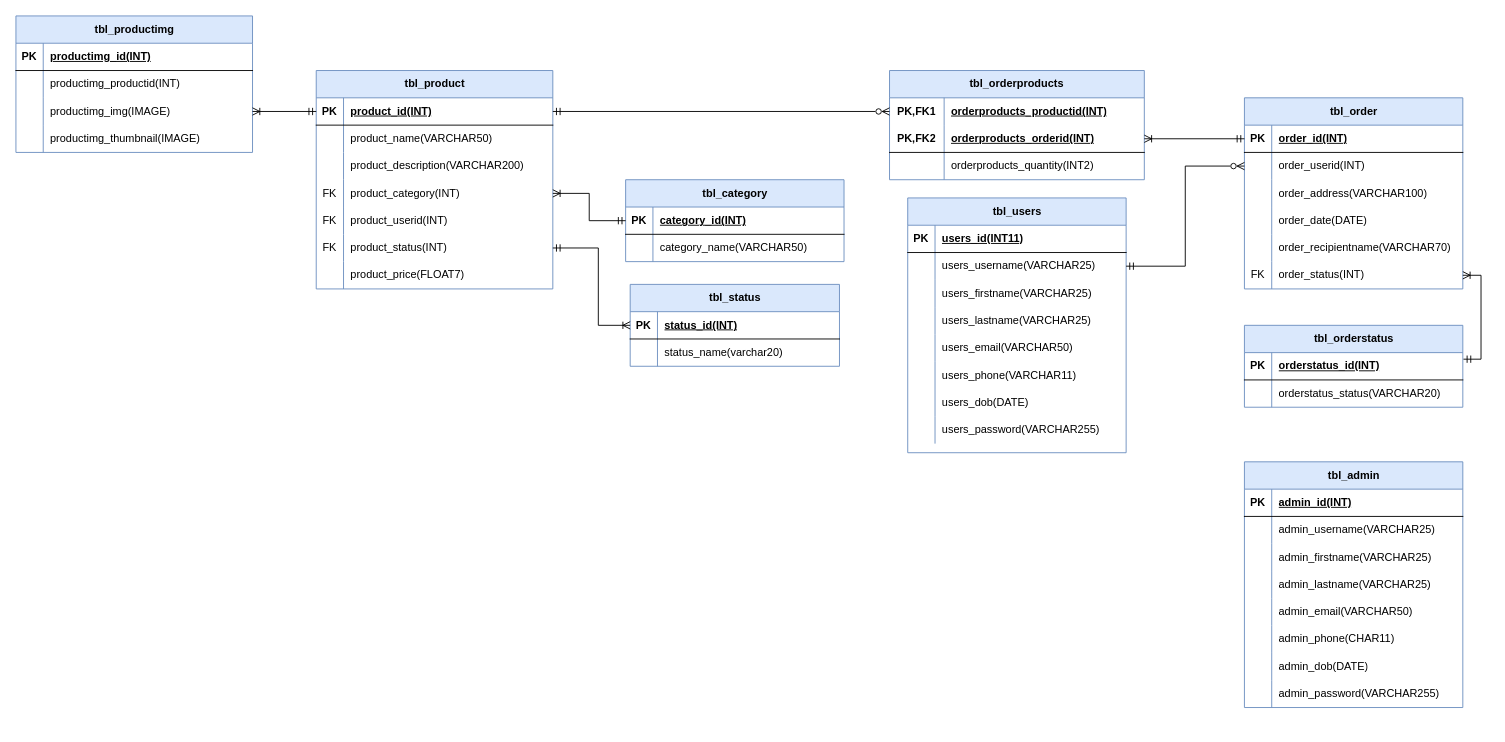
This is ERD files/ERD.drawio from LilieStead/Grimsby-and-Clee-Sells, a draw.io file, before an edit. Source tidied: cells renumbered, new cells numbered last; positions are measured from the earlier drawing's top-left corner, leaving out a move shared by most shapes. Both pictures are drawn from the tidied source at 91%, with x=0, y=0 at pixel (15, 15).
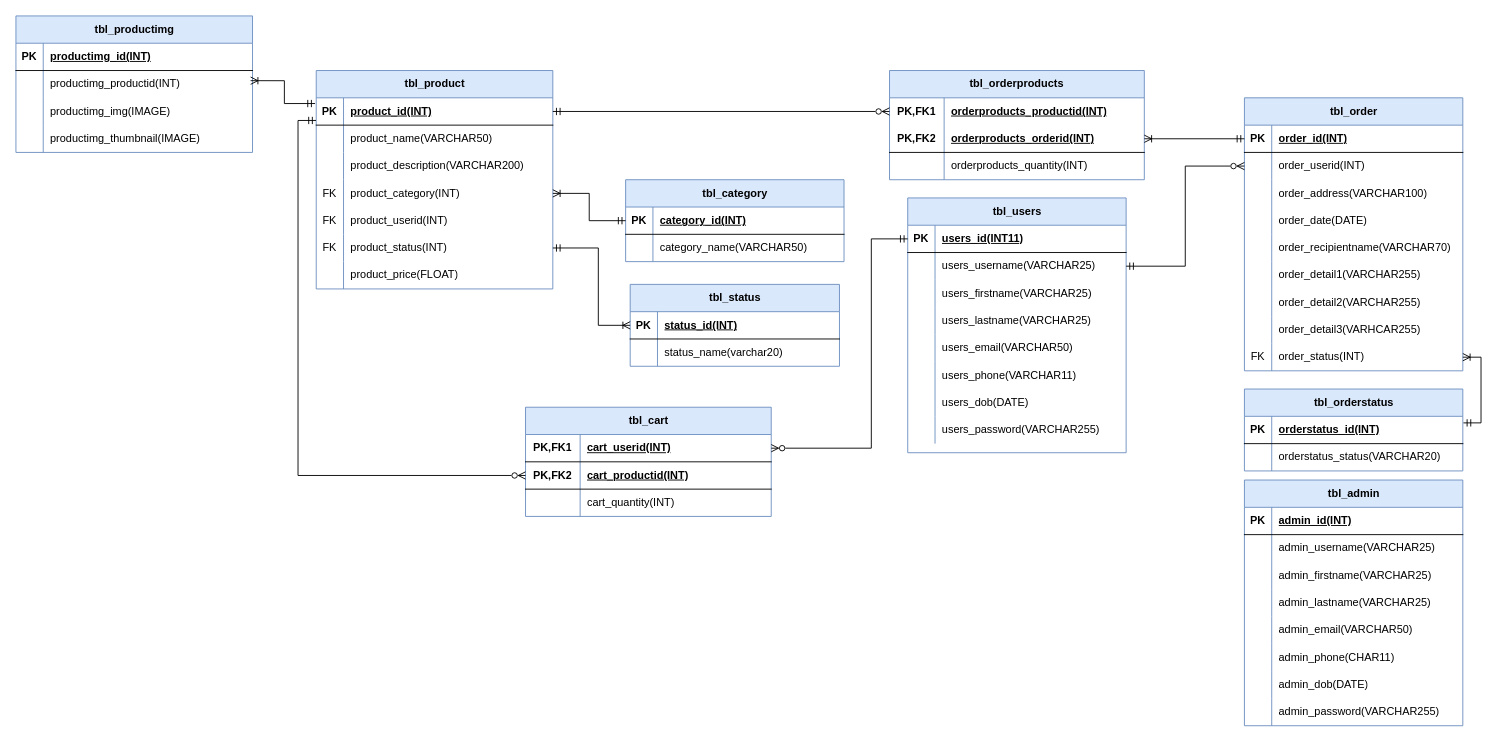
The same diagram, later.

Unchanged cells that the change refers to:
```xml
<mxCell id="3" style="shape=tableRow;horizontal=0;startSize=0;swimlaneHead=0;swimlaneBody=0;fillColor=none;points=[[0,0.5],[1,0.5]];portConstraint=eastwest;top=0;left=0;right=0;bottom=1;" parent="2" vertex="1">
  <mxGeometry y="30" width="240" height="30" as="geometry" />
</mxCell>
<mxCell id="53" style="shape=tableRow;horizontal=0;startSize=0;swimlaneHead=0;swimlaneBody=0;fillColor=none;points=[[0,0.5],[1,0.5]];portConstraint=eastwest;top=0;left=0;right=0;bottom=1;" parent="52" vertex="1">
  <mxGeometry y="30" width="260" height="30" as="geometry" />
</mxCell>
<mxCell id="71" style="shape=tableRow;horizontal=0;startSize=0;swimlaneHead=0;swimlaneBody=0;fillColor=none;top=0;left=0;right=0;bottom=0;" parent="52" vertex="1">
  <mxGeometry y="210" width="260" height="30" as="geometry" />
</mxCell>
<mxCell id="114" style="shape=tableRow;horizontal=0;startSize=0;swimlaneHead=0;swimlaneBody=0;fillColor=none;top=0;left=0;right=0;bottom=0;html=1;" parent="107" vertex="1">
  <mxGeometry y="90" width="280" height="30" as="geometry" />
</mxCell>
<mxCell id="134" style="shape=tableRow;horizontal=0;startSize=0;swimlaneHead=0;swimlaneBody=0;fillColor=none;points=[[0,0.5],[1,0.5]];portConstraint=eastwest;top=0;left=0;right=0;bottom=0;" parent="130" vertex="1">
  <mxGeometry y="60" width="260" height="30" as="geometry" />
</mxCell>
<mxCell id="137" style="shape=tableRow;horizontal=0;startSize=0;swimlaneHead=0;swimlaneBody=0;fillColor=none;points=[[0,0.5],[1,0.5]];portConstraint=eastwest;top=0;left=0;right=0;bottom=0;" parent="130" vertex="1">
  <mxGeometry y="90" width="260" height="30" as="geometry" />
</mxCell>
```

Change to the diagram source:
```diff
@@
     <mxCell id="27" value="tbl_admin" style="shape=table;startSize=30;childLayout=tableLayout;rowLines=0;fontStyle=1;align=center;html=1;fillColor=#dae8fc;strokeColor=#6c8ebf;" parent="1" vertex="1">
-      <mxGeometry x="1350" y="490" width="240" height="270" as="geometry" />
+      <mxGeometry x="1350" y="510" width="240" height="270" as="geometry" />
     </mxCell>
@@
-    <mxCell id="73" value="product_price(FLOAT7)" style="shape=partialRectangle;fillColor=none;top=0;left=0;bottom=0;right=0;align=left;spacingLeft=6;overflow=hidden;whiteSpace=wrap;html=1;" parent="71" vertex="1">
+    <mxCell id="73" value="product_price(FLOAT)" style="shape=partialRectangle;fillColor=none;top=0;left=0;bottom=0;right=0;align=left;spacingLeft=6;overflow=hidden;whiteSpace=wrap;html=1;" parent="71" vertex="1">
       <mxGeometry x="30" width="230" height="30" as="geometry" />
     </mxCell>
@@
     <mxCell id="81" value="tbl_order" style="shape=table;startSize=30;childLayout=tableLayout;rowLines=0;fontStyle=1;align=center;html=1;fillColor=#dae8fc;strokeColor=#6c8ebf;" parent="1" vertex="1">
-      <mxGeometry x="1350" y="90" width="240" height="210" as="geometry" />
+      <mxGeometry x="1350" y="90" width="240" height="300" as="geometry" />
     </mxCell>
@@
+    <mxCell id="144" style="shape=tableRow;horizontal=0;startSize=0;swimlaneHead=0;swimlaneBody=0;fillColor=none;top=0;left=0;right=0;bottom=0;" parent="81" vertex="1">
+      <mxGeometry y="180" width="240" height="30" as="geometry" />
+    </mxCell>
+    <mxCell id="145" style="shape=partialRectangle;fillColor=none;top=0;left=0;bottom=0;right=0;overflow=hidden;whiteSpace=wrap;html=1;" parent="144" vertex="1">
+      <mxGeometry width="30" height="30" as="geometry" />
+    </mxCell>
+    <mxCell id="146" value="order_detail1(VARCHAR255)" style="shape=partialRectangle;fillColor=none;top=0;left=0;bottom=0;right=0;align=left;spacingLeft=6;overflow=hidden;whiteSpace=wrap;html=1;" parent="144" vertex="1">
+      <mxGeometry x="30" width="210" height="30" as="geometry" />
+    </mxCell>
+    <mxCell id="147" style="shape=tableRow;horizontal=0;startSize=0;swimlaneHead=0;swimlaneBody=0;fillColor=none;top=0;left=0;right=0;bottom=0;" parent="81" vertex="1">
+      <mxGeometry y="210" width="240" height="30" as="geometry" />
+    </mxCell>
+    <mxCell id="148" style="shape=partialRectangle;fillColor=none;top=0;left=0;bottom=0;right=0;overflow=hidden;whiteSpace=wrap;html=1;" parent="147" vertex="1">
+      <mxGeometry width="30" height="30" as="geometry" />
+    </mxCell>
+    <mxCell id="149" value="order_detail2(VARCHAR255)" style="shape=partialRectangle;fillColor=none;top=0;left=0;bottom=0;right=0;align=left;spacingLeft=6;overflow=hidden;whiteSpace=wrap;html=1;" parent="147" vertex="1">
+      <mxGeometry x="30" width="210" height="30" as="geometry" />
+    </mxCell>
+    <mxCell id="150" style="shape=tableRow;horizontal=0;startSize=0;swimlaneHead=0;swimlaneBody=0;fillColor=none;top=0;left=0;right=0;bottom=0;" parent="81" vertex="1">
+      <mxGeometry y="240" width="240" height="30" as="geometry" />
+    </mxCell>
+    <mxCell id="151" style="shape=partialRectangle;fillColor=none;top=0;left=0;bottom=0;right=0;overflow=hidden;whiteSpace=wrap;html=1;" parent="150" vertex="1">
+      <mxGeometry width="30" height="30" as="geometry" />
+    </mxCell>
+    <mxCell id="152" value="order_detail3(VARHCAR255)" style="shape=partialRectangle;fillColor=none;top=0;left=0;bottom=0;right=0;align=left;spacingLeft=6;overflow=hidden;whiteSpace=wrap;html=1;" parent="150" vertex="1">
+      <mxGeometry x="30" width="210" height="30" as="geometry" />
+    </mxCell>
     <mxCell id="97" style="shape=tableRow;horizontal=0;startSize=0;swimlaneHead=0;swimlaneBody=0;fillColor=none;points=[[0,0.5],[1,0.5]];portConstraint=eastwest;top=0;left=0;right=0;bottom=0;" parent="81" vertex="1">
-      <mxGeometry y="180" width="240" height="30" as="geometry" />
+      <mxGeometry y="270" width="240" height="30" as="geometry" />
     </mxCell>
@@
     <mxCell id="100" value="tbl_orderstatus" style="shape=table;startSize=30;childLayout=tableLayout;rowLines=0;fontStyle=1;align=center;html=1;fillColor=#dae8fc;strokeColor=#6c8ebf;" parent="1" vertex="1">
-      <mxGeometry x="1350" y="340" width="240" height="90" as="geometry" />
+      <mxGeometry x="1350" y="410" width="240" height="90" as="geometry" />
     </mxCell>
@@
-    <mxCell id="116" value="orderproducts_quantity(INT2)" style="shape=partialRectangle;fillColor=none;top=0;left=0;bottom=0;right=0;align=left;spacingLeft=6;overflow=hidden;html=1;whiteSpace=wrap;" parent="114" vertex="1">
+    <mxCell id="116" value="orderproducts_quantity(INT)" style="shape=partialRectangle;fillColor=none;top=0;left=0;bottom=0;right=0;align=left;spacingLeft=6;overflow=hidden;html=1;whiteSpace=wrap;" parent="114" vertex="1">
       <mxGeometry x="60" width="220" height="30" as="geometry" />
     </mxCell>
@@
-    <mxCell id="143" style="edgeStyle=orthogonalEdgeStyle;rounded=0;jettySize=auto;html=1;exitX=1;exitY=0.5;exitDx=0;exitDy=0;endArrow=ERmandOne;endFill=0;startArrow=ERoneToMany;startFill=0;" parent="1" edge="1" source="137" target="53">
+    <mxCell id="143" style="edgeStyle=orthogonalEdgeStyle;rounded=0;jettySize=auto;html=1;exitX=0.992;exitY=0.372;exitDx=0;exitDy=0;endArrow=ERmandOne;endFill=0;startArrow=ERoneToMany;startFill=0;entryX=-0.005;entryY=0.209;entryDx=0;entryDy=0;entryPerimeter=0;exitPerimeter=0;" parent="1" edge="1" source="134" target="53">
       <mxGeometry relative="1" as="geometry" />
     </mxCell>
+    <mxCell id="153" value="tbl_cart" style="shape=table;startSize=30;childLayout=tableLayout;rowLines=0;fontStyle=1;align=center;html=1;fillColor=#dae8fc;strokeColor=#6c8ebf;" parent="1" vertex="1">
+      <mxGeometry x="560" y="430" width="270" height="120" as="geometry" />
+    </mxCell>
+    <mxCell id="154" style="shape=tableRow;horizontal=0;startSize=0;swimlaneHead=0;swimlaneBody=0;fillColor=none;points=[[0,0.5],[1,0.5]];portConstraint=eastwest;top=0;left=0;right=0;bottom=1;" parent="153" vertex="1">
+      <mxGeometry y="30" width="270" height="30" as="geometry" />
+    </mxCell>
+    <mxCell id="155" value="PK,FK1" style="shape=partialRectangle;fillColor=none;top=0;left=0;bottom=0;right=0;fontStyle=1;overflow=hidden;whiteSpace=wrap;html=1;" parent="154" vertex="1">
+      <mxGeometry width="60" height="30" as="geometry" />
+    </mxCell>
+    <mxCell id="156" value="cart_userid(INT)" style="shape=partialRectangle;fillColor=none;top=0;left=0;bottom=0;right=0;align=left;spacingLeft=6;fontStyle=5;overflow=hidden;whiteSpace=wrap;html=1;" parent="154" vertex="1">
+      <mxGeometry x="60" width="210" height="30" as="geometry" />
+    </mxCell>
+    <mxCell id="157" style="shape=tableRow;horizontal=0;startSize=0;swimlaneHead=0;swimlaneBody=0;fillColor=none;points=[[0,0.5],[1,0.5]];portConstraint=eastwest;top=0;left=0;right=0;bottom=1;" parent="153" vertex="1">
+      <mxGeometry y="60" width="270" height="30" as="geometry" />
+    </mxCell>
+    <mxCell id="158" value="PK,FK2" style="shape=partialRectangle;fillColor=none;top=0;left=0;bottom=0;right=0;fontStyle=1;overflow=hidden;whiteSpace=wrap;html=1;" parent="157" vertex="1">
+      <mxGeometry width="60" height="30" as="geometry" />
+    </mxCell>
+    <mxCell id="159" value="cart_productid(INT)" style="shape=partialRectangle;fillColor=none;top=0;left=0;bottom=0;right=0;align=left;spacingLeft=6;fontStyle=5;overflow=hidden;whiteSpace=wrap;html=1;" parent="157" vertex="1">
+      <mxGeometry x="60" width="210" height="30" as="geometry" />
+    </mxCell>
+    <mxCell id="160" style="shape=tableRow;horizontal=0;startSize=0;swimlaneHead=0;swimlaneBody=0;fillColor=none;top=0;left=0;right=0;bottom=0;" parent="153" vertex="1">
+      <mxGeometry y="90" width="270" height="30" as="geometry" />
+    </mxCell>
+    <mxCell id="161" style="shape=partialRectangle;fillColor=none;top=0;left=0;bottom=0;right=0;overflow=hidden;whiteSpace=wrap;html=1;" parent="160" vertex="1">
+      <mxGeometry width="60" height="30" as="geometry" />
+    </mxCell>
+    <mxCell id="162" value="cart_quantity(INT)" style="shape=partialRectangle;fillColor=none;top=0;left=0;bottom=0;right=0;align=left;spacingLeft=6;overflow=hidden;whiteSpace=wrap;html=1;" parent="160" vertex="1">
+      <mxGeometry x="60" width="210" height="30" as="geometry" />
+    </mxCell>
+    <mxCell id="163" style="edgeStyle=orthogonalEdgeStyle;rounded=0;jettySize=auto;html=1;entryX=0;entryY=0.5;entryDx=0;entryDy=0;endArrow=ERmandOne;endFill=0;startArrow=ERzeroToMany;startFill=0;" parent="1" edge="1" source="154" target="3">
+      <mxGeometry relative="1" as="geometry">
+        <Array as="points">
+          <mxPoint x="940" y="475" />
+          <mxPoint x="940" y="245" />
+        </Array>
+      </mxGeometry>
+    </mxCell>
+    <mxCell id="164" style="edgeStyle=orthogonalEdgeStyle;rounded=0;jettySize=auto;html=1;entryX=-0.001;entryY=0.829;entryDx=0;entryDy=0;entryPerimeter=0;endArrow=ERmandOne;endFill=0;startArrow=ERzeroToMany;startFill=0;" parent="1" edge="1" source="157" target="53">
+      <mxGeometry relative="1" as="geometry">
+        <Array as="points">
+          <mxPoint x="310" y="505" />
+          <mxPoint x="310" y="115" />
+        </Array>
+      </mxGeometry>
+    </mxCell>
```
